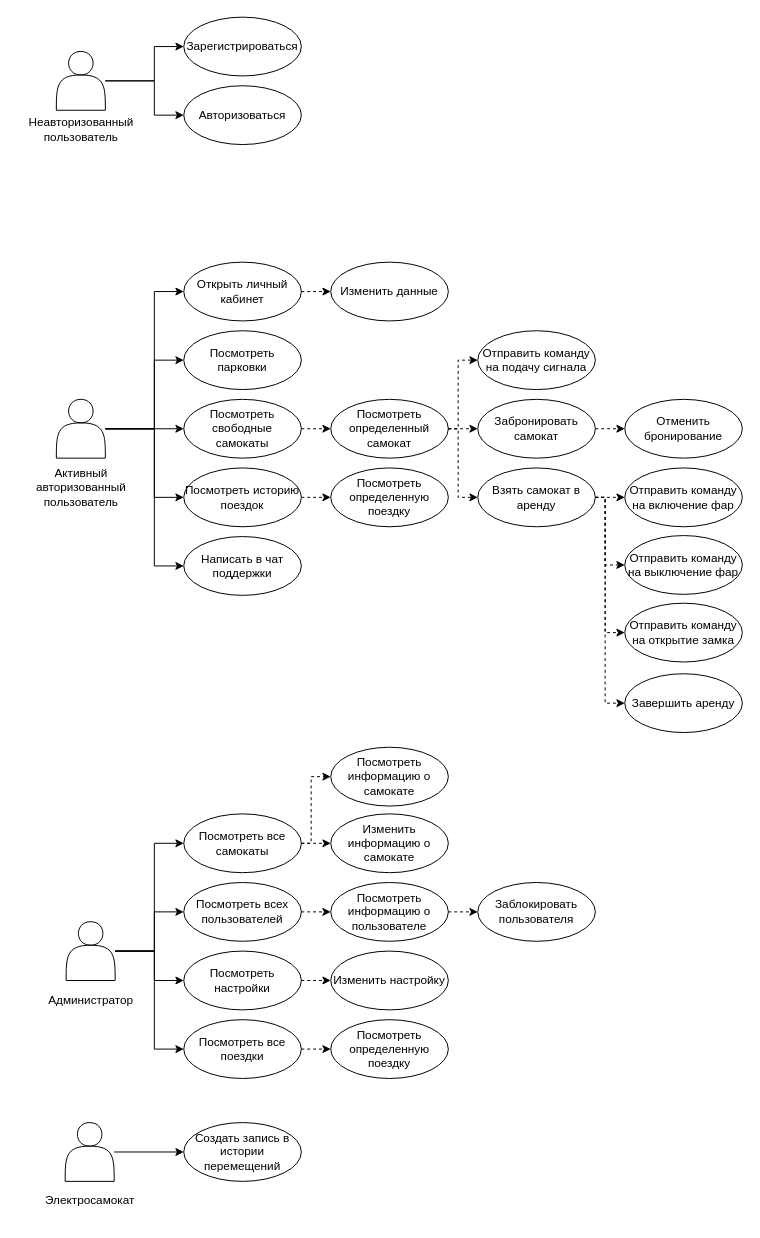
Above: docs/inc/img/use-cases.drawio in matveycodes/bmstu-db-cw (draw.io), before the change. Source tidied: cells renumbered, new cells numbered last; positions are measured from the earlier drawing's top-left corner, leaving out a move shared by most shapes. Both pictures are drawn from the tidied source at 98%, with x=0, y=0 at pixel (17, 17).
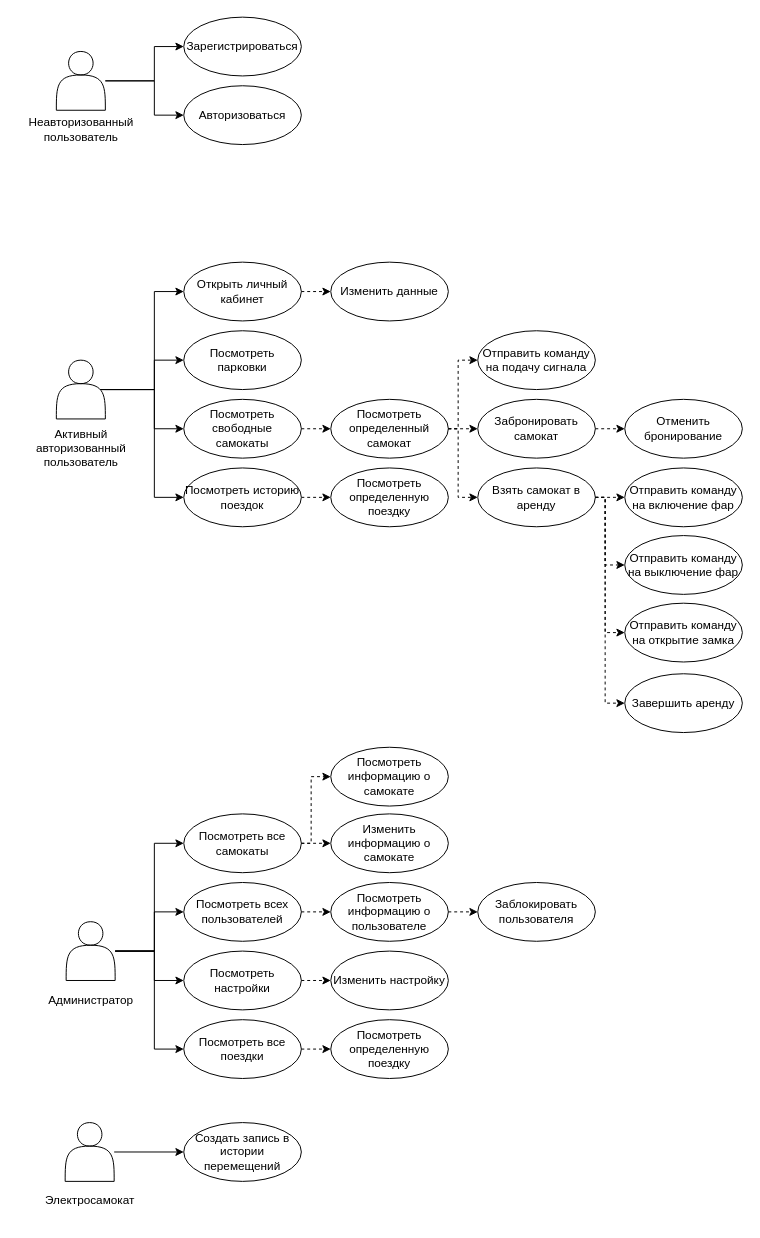
Above is the later version.

The change refers to these unchanged cells:
```xml
<mxCell id="10" style="shape=actor;whiteSpace=wrap;html=1;" parent="9" vertex="1">
  <mxGeometry x="40" width="50" height="60" as="geometry" />
</mxCell>
<mxCell id="12" style="group;" parent="1" vertex="1">
  <mxGeometry x="170" y="180" width="270" height="550" as="geometry" />
</mxCell>
<mxCell id="13" value="Открыть личный кабинет" style="ellipse;whiteSpace=wrap;html=1;" parent="12" vertex="1">
  <mxGeometry y="70" width="120" height="60" as="geometry" />
</mxCell>
<mxCell id="14" value="Посмотреть парковки" style="ellipse;whiteSpace=wrap;html=1;" parent="12" vertex="1">
  <mxGeometry y="140" width="120" height="60" as="geometry" />
</mxCell>
<mxCell id="15" value="Посмотреть свободные самокаты" style="ellipse;whiteSpace=wrap;html=1;" parent="12" vertex="1">
  <mxGeometry y="210" width="120" height="60" as="geometry" />
</mxCell>
<mxCell id="17" value="Посмотреть историю поездок" style="ellipse;whiteSpace=wrap;html=1;" parent="12" vertex="1">
  <mxGeometry y="280" width="120" height="60" as="geometry" />
</mxCell>
```

Change to the diagram source:
```diff
@@
     <mxCell id="9" style="group;" parent="1" vertex="1">
-      <mxGeometry y="390" width="195" height="110" as="geometry" />
+      <mxGeometry y="350" width="195" height="110" as="geometry" />
     </mxCell>
@@
-    <mxCell id="19" value="Написать в чат поддержки" style="ellipse;whiteSpace=wrap;html=1;" parent="12" vertex="1">
-      <mxGeometry y="350" width="120" height="60" as="geometry" />
-    </mxCell>
@@
-    <mxCell id="24" style="edgeStyle=orthogonalEdgeStyle;rounded=0;jettySize=auto;html=1;entryX=0;entryY=0.5;entryDx=0;entryDy=0;" parent="1" edge="1" source="10" target="13">
+    <mxCell id="24" style="edgeStyle=orthogonalEdgeStyle;rounded=0;jettySize=auto;html=1;entryX=0;entryY=0.5;entryDx=0;entryDy=0;exitX=0.9;exitY=0.5;exitDx=0;exitDy=0;exitPerimeter=0;" parent="1" edge="1" source="10" target="13">
       <mxGeometry relative="1" as="geometry">
         <Array as="points">
-          <mxPoint x="140" y="420" />
+          <mxPoint x="140" y="380" />
           <mxPoint x="140" y="280" />
         </Array>
       </mxGeometry>
     </mxCell>
-    <mxCell id="25" style="edgeStyle=orthogonalEdgeStyle;rounded=0;jettySize=auto;html=1;entryX=0;entryY=0.5;entryDx=0;entryDy=0;" parent="1" edge="1" source="10" target="14">
+    <mxCell id="25" style="edgeStyle=orthogonalEdgeStyle;rounded=0;jettySize=auto;html=1;entryX=0;entryY=0.5;entryDx=0;entryDy=0;exitX=0.9;exitY=0.5;exitDx=0;exitDy=0;exitPerimeter=0;" parent="1" edge="1" source="10" target="14">
       <mxGeometry relative="1" as="geometry">
         <Array as="points">
-          <mxPoint x="140" y="420" />
+          <mxPoint x="140" y="380" />
           <mxPoint x="140" y="350" />
         </Array>
       </mxGeometry>
     </mxCell>
     <mxCell id="26" style="edgeStyle=orthogonalEdgeStyle;rounded=0;jettySize=auto;html=1;entryX=0;entryY=0.5;entryDx=0;entryDy=0;" parent="1" edge="1" source="10" target="15">
-      <mxGeometry relative="1" as="geometry" />
+      <mxGeometry relative="1" as="geometry">
+        <Array as="points">
+          <mxPoint x="140" y="380" />
+          <mxPoint x="140" y="420" />
+        </Array>
+      </mxGeometry>
     </mxCell>
-    <mxCell id="27" style="edgeStyle=orthogonalEdgeStyle;rounded=0;jettySize=auto;html=1;entryX=0;entryY=0.5;entryDx=0;entryDy=0;" parent="1" edge="1" source="10" target="17">
+    <mxCell id="27" style="edgeStyle=orthogonalEdgeStyle;rounded=0;jettySize=auto;html=1;entryX=0;entryY=0.5;entryDx=0;entryDy=0;exitX=0.9;exitY=0.5;exitDx=0;exitDy=0;exitPerimeter=0;" parent="1" edge="1" source="10" target="17">
       <mxGeometry relative="1" as="geometry">
         <Array as="points">
-          <mxPoint x="140" y="420" />
+          <mxPoint x="140" y="380" />
           <mxPoint x="140" y="490" />
         </Array>
       </mxGeometry>
     </mxCell>
-    <mxCell id="28" style="edgeStyle=orthogonalEdgeStyle;rounded=0;jettySize=auto;html=1;entryX=0;entryY=0.5;entryDx=0;entryDy=0;" parent="1" edge="1" source="10" target="19">
-      <mxGeometry relative="1" as="geometry">
-        <Array as="points">
-          <mxPoint x="140" y="420" />
-          <mxPoint x="140" y="560" />
-        </Array>
-      </mxGeometry>
-    </mxCell>
```
